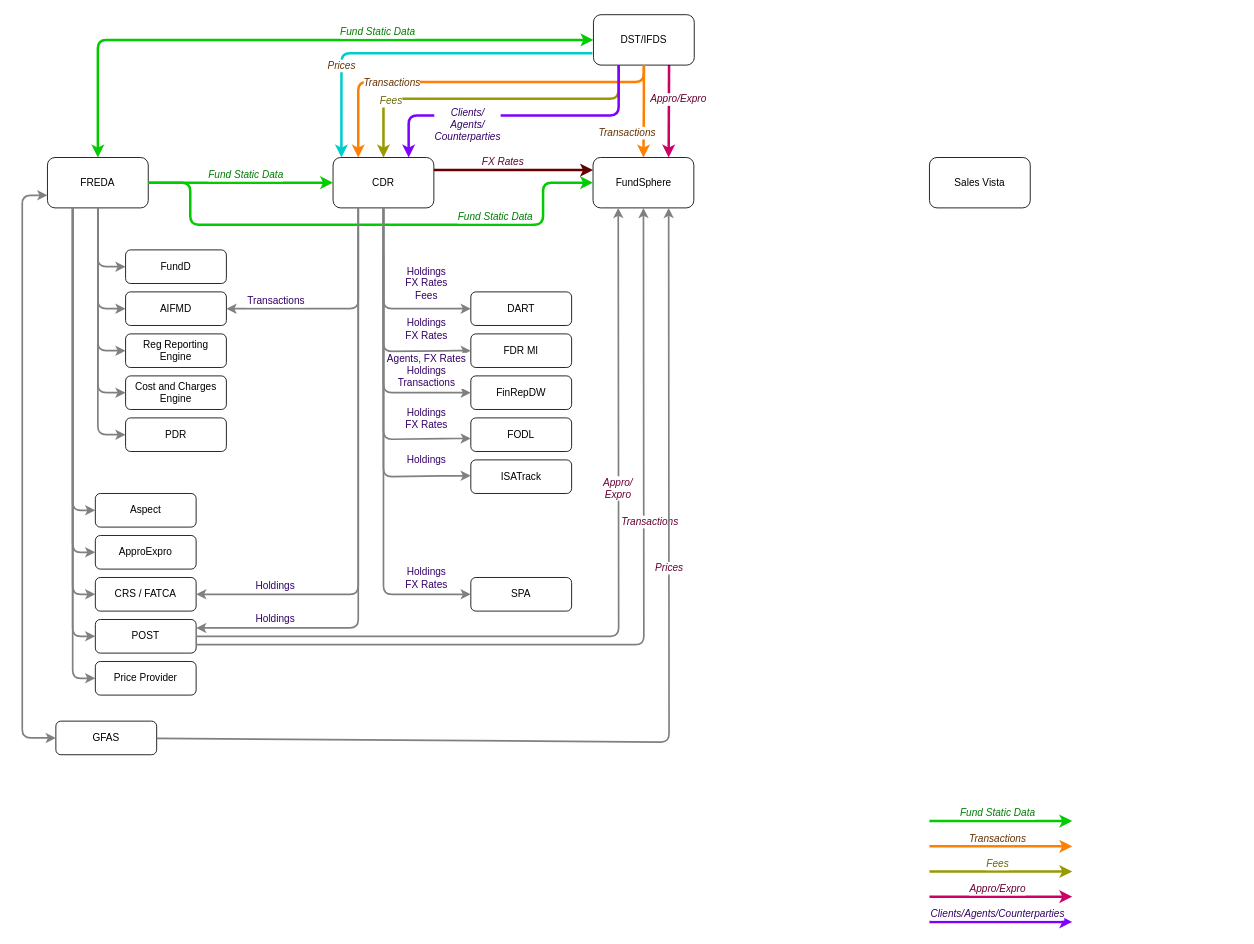
This is GOS TA data flows.drawio from rodinan/Price-Provider, a draw.io file, before an edit. Source tidied: cells renumbered, new cells numbered last; positions are measured from the earlier drawing's top-left corner, leaving out a move shared by most shapes. Both pictures are drawn from the tidied source at 84%, with x=0, y=0 at pixel (22, 14).
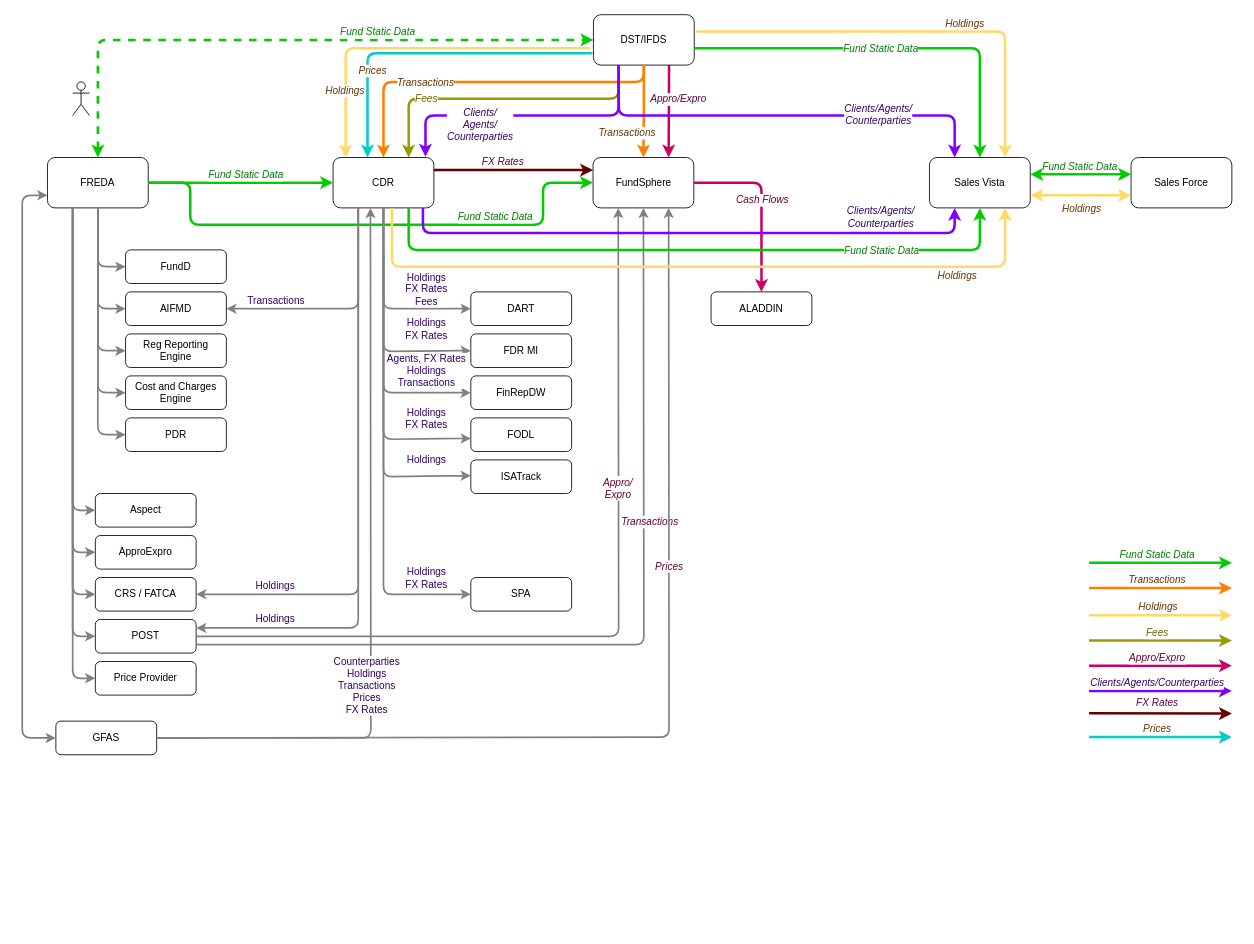
The same page after the edit.

Unchanged cells that the change refers to:
```xml
<mxCell id="4" value="DST/IFDS" style="rounded=1;whiteSpace=wrap;html=1;" parent="1" vertex="1">
  <mxGeometry x="680" width="120" height="60" as="geometry" />
</mxCell>
<mxCell id="5" value="FREDA" style="rounded=1;whiteSpace=wrap;html=1;" parent="1" vertex="1">
  <mxGeometry x="30" y="170" width="120" height="60" as="geometry" />
</mxCell>
<mxCell id="6" value="CDR" style="rounded=1;whiteSpace=wrap;html=1;" parent="1" vertex="1">
  <mxGeometry x="370" y="170" width="120" height="60" as="geometry" />
</mxCell>
<mxCell id="7" value="FundSphere" style="rounded=1;whiteSpace=wrap;html=1;" parent="1" vertex="1">
  <mxGeometry x="679.5" y="170" width="120" height="60" as="geometry" />
</mxCell>
<mxCell id="8" value="Sales Vista" style="rounded=1;whiteSpace=wrap;html=1;" parent="1" vertex="1">
  <mxGeometry x="1080" y="170" width="120" height="60" as="geometry" />
</mxCell>
<mxCell id="27" value="GFAS" style="rounded=1;whiteSpace=wrap;html=1;" parent="1" vertex="1">
  <mxGeometry x="40" y="841" width="120" height="40" as="geometry" />
</mxCell>
<mxCell id="66" style="endArrow=classic;html=1;strokeColor=#808080;strokeWidth=2;entryX=0;entryY=0.5;entryDx=0;entryDy=0;exitX=0.5;exitY=1;exitDx=0;exitDy=0;" parent="1" edge="1" source="6" target="65">
  <mxGeometry relative="1" as="geometry">
    <Array as="points">
      <mxPoint x="430" y="350" />
    </Array>
  </mxGeometry>
</mxCell>
```

What changed in the source:
```diff
@@
     <mxCell id="9" style="endArrow=classic;html=1;strokeColor=#00CC00;strokeWidth=3;" parent="1" edge="1">
       <mxGeometry relative="1" as="geometry">
-        <mxPoint x="1080" y="960" as="sourcePoint" />
-        <mxPoint x="1250" y="960" as="targetPoint" />
+        <mxPoint x="1270" y="652.5" as="sourcePoint" />
+        <mxPoint x="1440" y="652.5" as="targetPoint" />
       </mxGeometry>
     </mxCell>
@@
-    <mxCell id="11" style="endArrow=classic;html=1;strokeColor=#00CC00;strokeWidth=3;entryX=0;entryY=0.5;entryDx=0;entryDy=0;exitX=0.5;exitY=0;exitDx=0;exitDy=0;startArrow=classic;startFill=1;" parent="1" edge="1" source="5" target="4">
+    <mxCell id="11" style="endArrow=classic;html=1;strokeColor=#00CC00;strokeWidth=3;entryX=0;entryY=0.5;entryDx=0;entryDy=0;exitX=0.5;exitY=0;exitDx=0;exitDy=0;startArrow=classic;startFill=1;dashed=1;" parent="1" edge="1" source="5" target="4">
       <mxGeometry relative="1" as="geometry">
         <Array as="points">
           <mxPoint x="90" y="30" />
         </Array>
       </mxGeometry>
     </mxCell>
@@
     <mxCell id="13" style="endArrow=classic;html=1;strokeColor=#FF8000;strokeWidth=3;" parent="1" edge="1">
       <mxGeometry relative="1" as="geometry">
-        <mxPoint x="1080" y="990" as="sourcePoint" />
-        <mxPoint x="1250" y="990" as="targetPoint" />
+        <mxPoint x="1270" y="682.5" as="sourcePoint" />
+        <mxPoint x="1440" y="682.5" as="targetPoint" />
       </mxGeometry>
     </mxCell>
@@
     <mxCell id="15" style="endArrow=classic;html=1;strokeColor=#999900;strokeWidth=3;" parent="1" edge="1">
       <mxGeometry relative="1" as="geometry">
-        <mxPoint x="1080" y="1020" as="sourcePoint" />
-        <mxPoint x="1250" y="1020" as="targetPoint" />
+        <mxPoint x="1270" y="745" as="sourcePoint" />
+        <mxPoint x="1440" y="745" as="targetPoint" />
       </mxGeometry>
     </mxCell>
@@
     <mxCell id="17" style="endArrow=classic;html=1;strokeColor=#CC0066;strokeWidth=3;" parent="1" edge="1">
       <mxGeometry relative="1" as="geometry">
-        <mxPoint x="1080" y="1050" as="sourcePoint" />
-        <mxPoint x="1250" y="1050" as="targetPoint" />
+        <mxPoint x="1270" y="775" as="sourcePoint" />
+        <mxPoint x="1440" y="775" as="targetPoint" />
       </mxGeometry>
     </mxCell>
@@
     <mxCell id="19" style="endArrow=classic;html=1;strokeColor=#7F00FF;strokeWidth=3;" parent="1" edge="1">
       <mxGeometry relative="1" as="geometry">
-        <mxPoint x="1080" y="1080" as="sourcePoint" />
-        <mxPoint x="1250" y="1080" as="targetPoint" />
+        <mxPoint x="1270" y="805" as="sourcePoint" />
+        <mxPoint x="1440" y="805" as="targetPoint" />
       </mxGeometry>
     </mxCell>
@@
-    <mxCell id="43" style="endArrow=classic;html=1;strokeColor=#FF8000;strokeWidth=3;exitX=0.5;exitY=1;exitDx=0;exitDy=0;entryX=0.25;entryY=0;entryDx=0;entryDy=0;" parent="1" edge="1" source="4" target="6">
+    <mxCell id="43" style="endArrow=classic;html=1;strokeColor=#FF8000;strokeWidth=3;exitX=0.5;exitY=1;exitDx=0;exitDy=0;entryX=0.5;entryY=0;entryDx=0;entryDy=0;" parent="1" edge="1" source="4" target="6">
       <mxGeometry relative="1" as="geometry">
         <Array as="points">
           <mxPoint x="740" y="80" />
           <mxPoint x="560" y="80" />
-          <mxPoint x="400" y="80" />
+          <mxPoint x="430" y="80" />
         </Array>
       </mxGeometry>
     </mxCell>
     <mxCell id="44" value="Transactions" style="text;html=1;align=center;verticalAlign=middle;labelBackgroundColor=#ffffff;fontColor=#663300;fontStyle=2;" parent="43" vertex="1">
       <mxGeometry x="0.4" y="6" relative="1" as="geometry">
-        <mxPoint x="-6" y="-6" as="offset" />
+        <mxPoint x="13" y="-6" as="offset" />
       </mxGeometry>
     </mxCell>
-    <mxCell id="45" style="endArrow=classic;html=1;strokeColor=#999900;strokeWidth=3;exitX=0.25;exitY=1;exitDx=0;exitDy=0;entryX=0.5;entryY=0;entryDx=0;entryDy=0;" parent="1" edge="1" source="4" target="6">
+    <mxCell id="45" style="endArrow=classic;html=1;strokeColor=#999900;strokeWidth=3;exitX=0.25;exitY=1;exitDx=0;exitDy=0;entryX=0.75;entryY=0;entryDx=0;entryDy=0;" parent="1" edge="1" source="4" target="6">
       <mxGeometry relative="1" as="geometry">
         <Array as="points">
           <mxPoint x="710" y="100" />
-          <mxPoint x="430" y="100" />
+          <mxPoint x="460" y="100" />
         </Array>
       </mxGeometry>
     </mxCell>
     <mxCell id="46" value="Fees" style="text;html=1;align=center;verticalAlign=middle;labelBackgroundColor=#ffffff;fontColor=#666600;fontStyle=2;" parent="45" vertex="1">
       <mxGeometry x="0.4" y="6" relative="1" as="geometry">
-        <mxPoint x="-39" y="-4" as="offset" />
+        <mxPoint x="-18" y="-6" as="offset" />
       </mxGeometry>
     </mxCell>
-    <mxCell id="47" style="endArrow=classic;html=1;strokeColor=#7F00FF;strokeWidth=3;exitX=0.25;exitY=1;exitDx=0;exitDy=0;entryX=0.75;entryY=0;entryDx=0;entryDy=0;" parent="1" edge="1" source="4" target="6">
+    <mxCell id="47" style="endArrow=classic;html=1;strokeColor=#7F00FF;strokeWidth=3;exitX=0.25;exitY=1;exitDx=0;exitDy=0;entryX=0.917;entryY=-0.017;entryDx=0;entryDy=0;entryPerimeter=0;" parent="1" edge="1" source="4" target="6">
       <mxGeometry relative="1" as="geometry">
         <Array as="points">
           <mxPoint x="710" y="120" />
-          <mxPoint x="460" y="120" />
+          <mxPoint x="480" y="120" />
         </Array>
       </mxGeometry>
     </mxCell>
@@
-    <mxCell id="57" style="endArrow=classic;html=1;strokeColor=#00CCCC;strokeWidth=3;entryX=0.083;entryY=0;entryDx=0;entryDy=0;entryPerimeter=0;" parent="1" edge="1" target="6">
+    <mxCell id="57" style="endArrow=classic;html=1;strokeColor=#00CCCC;strokeWidth=3;entryX=0.342;entryY=0;entryDx=0;entryDy=0;entryPerimeter=0;" parent="1" edge="1" target="6">
       <mxGeometry relative="1" as="geometry">
         <mxPoint x="670" y="46" as="sourcePoint" />
         <Array as="points">
           <mxPoint x="680" y="46" />
           <mxPoint x="670" y="46" />
           <mxPoint x="490" y="46" />
-          <mxPoint x="380" y="46" />
+          <mxPoint x="411" y="46" />
         </Array>
       </mxGeometry>
     </mxCell>
     <mxCell id="58" value="Prices" style="text;html=1;align=center;verticalAlign=middle;labelBackgroundColor=#ffffff;fontColor=#663300;fontStyle=2;" parent="57" vertex="1">
       <mxGeometry x="0.4" y="6" relative="1" as="geometry">
-        <mxPoint x="-7" y="8" as="offset" />
+        <mxPoint x="-1" y="18" as="offset" />
       </mxGeometry>
     </mxCell>
     <mxCell id="59" style="endArrow=classic;html=1;strokeColor=#808080;strokeWidth=2;entryX=0.75;entryY=1;entryDx=0;entryDy=0;" parent="1" edge="1" source="27" target="7">
       <mxGeometry relative="1" as="geometry">
         <Array as="points">
-          <mxPoint x="770" y="866" />
+          <mxPoint x="770" y="860" />
         </Array>
       </mxGeometry>
     </mxCell>
@@
     <mxCell id="67" value="Holdings&lt;br&gt;FX Rates&lt;br&gt;Fees" style="text;html=1;align=center;verticalAlign=middle;labelBackgroundColor=#ffffff;fontColor=#330066;" parent="66" vertex="1">
       <mxGeometry x="0.02" y="1" relative="1" as="geometry">
-        <mxPoint x="49" y="-25" as="offset" />
+        <mxPoint x="49" y="-18" as="offset" />
       </mxGeometry>
     </mxCell>
@@
+    <mxCell id="89" value="ALADDIN" style="rounded=1;whiteSpace=wrap;html=1;" parent="1" vertex="1">
+      <mxGeometry x="820" y="330" width="120" height="40" as="geometry" />
+    </mxCell>
+    <mxCell id="90" value="Sales Force" style="rounded=1;whiteSpace=wrap;html=1;" parent="1" vertex="1">
+      <mxGeometry x="1320" y="170" width="120" height="60" as="geometry" />
+    </mxCell>
+    <mxCell id="91" style="endArrow=classic;html=1;strokeColor=#7F00FF;strokeWidth=3;exitX=0.25;exitY=1;exitDx=0;exitDy=0;entryX=0.25;entryY=0;entryDx=0;entryDy=0;" parent="1" edge="1" source="4" target="8">
+      <mxGeometry relative="1" as="geometry">
+        <Array as="points">
+          <mxPoint x="710" y="120" />
+          <mxPoint x="1110" y="120" />
+        </Array>
+      </mxGeometry>
+    </mxCell>
+    <mxCell id="92" value="Clients/Agents/&lt;br&gt;Counterparties" style="text;html=1;align=center;verticalAlign=middle;labelBackgroundColor=#ffffff;fontColor=#330066;fontStyle=2;" parent="91" vertex="1">
+      <mxGeometry x="0.4" y="6" relative="1" as="geometry">
+        <mxPoint x="11" y="4" as="offset" />
+      </mxGeometry>
+    </mxCell>
+    <mxCell id="93" style="endArrow=classic;html=1;strokeColor=#00CC00;strokeWidth=3;entryX=0.5;entryY=0;entryDx=0;entryDy=0;" parent="1" edge="1" target="8">
+      <mxGeometry relative="1" as="geometry">
+        <mxPoint x="800" y="40" as="sourcePoint" />
+        <Array as="points">
+          <mxPoint x="1140" y="40" />
+        </Array>
+      </mxGeometry>
+    </mxCell>
+    <mxCell id="94" value="Fund Static Data" style="text;html=1;align=center;verticalAlign=middle;labelBackgroundColor=#ffffff;fontColor=#007D00;fontStyle=2;" parent="93" vertex="1">
+      <mxGeometry x="0.4" y="6" relative="1" as="geometry">
+        <mxPoint x="-108" y="6" as="offset" />
+      </mxGeometry>
+    </mxCell>
+    <mxCell id="95" style="endArrow=classic;html=1;strokeColor=#808080;strokeWidth=2;entryX=0.75;entryY=1;entryDx=0;entryDy=0;exitX=1;exitY=0.5;exitDx=0;exitDy=0;" parent="1" edge="1" source="27">
+      <mxGeometry relative="1" as="geometry">
+        <mxPoint x="414.5" y="230" as="targetPoint" />
+        <Array as="points">
+          <mxPoint x="415" y="861" />
+        </Array>
+      </mxGeometry>
+    </mxCell>
+    <mxCell id="96" value="Counterparties&lt;br&gt;Holdings&lt;br&gt;Transactions&lt;br&gt;Prices&lt;br&gt;FX Rates" style="text;html=1;align=center;verticalAlign=middle;labelBackgroundColor=#ffffff;fontColor=#330066;" parent="95" vertex="1">
+      <mxGeometry x="-0.42" y="83" relative="1" as="geometry">
+        <mxPoint x="78" y="-61" as="offset" />
+      </mxGeometry>
+    </mxCell>
+    <mxCell id="97" style="endArrow=classic;html=1;strokeColor=#FFD966;strokeWidth=3;entryX=0.125;entryY=0;entryDx=0;entryDy=0;entryPerimeter=0;" parent="1" edge="1" target="6">
+      <mxGeometry relative="1" as="geometry">
+        <mxPoint x="614.5" y="40" as="sourcePoint" />
+        <Array as="points">
+          <mxPoint x="680" y="40" />
+          <mxPoint x="614.5" y="40" />
+          <mxPoint x="434.5" y="40" />
+          <mxPoint x="385" y="40" />
+        </Array>
+      </mxGeometry>
+    </mxCell>
+    <mxCell id="98" value="Holdings" style="text;html=1;align=center;verticalAlign=middle;labelBackgroundColor=#ffffff;fontColor=#663300;fontStyle=2;" parent="97" vertex="1">
+      <mxGeometry x="0.4" y="6" relative="1" as="geometry">
+        <mxPoint x="-19.5" y="44" as="offset" />
+      </mxGeometry>
+    </mxCell>
+    <mxCell id="99" style="endArrow=classic;html=1;strokeColor=#CC0066;strokeWidth=3;exitX=1;exitY=0.5;exitDx=0;exitDy=0;entryX=0.5;entryY=0;entryDx=0;entryDy=0;" parent="1" edge="1" source="7" target="89">
+      <mxGeometry relative="1" as="geometry">
+        <Array as="points">
+          <mxPoint x="880" y="200" />
+        </Array>
+      </mxGeometry>
+    </mxCell>
+    <mxCell id="100" value="Cash Flows" style="text;html=1;align=center;verticalAlign=middle;labelBackgroundColor=#ffffff;fontColor=#660033;fontStyle=2;" parent="99" vertex="1">
+      <mxGeometry x="0.4" y="6" relative="1" as="geometry">
+        <mxPoint x="-6" y="-46.5" as="offset" />
+      </mxGeometry>
+    </mxCell>
+    <mxCell id="101" style="endArrow=classic;html=1;strokeColor=#FFD966;strokeWidth=3;entryX=0.125;entryY=0;entryDx=0;entryDy=0;entryPerimeter=0;" parent="1" edge="1">
+      <mxGeometry relative="1" as="geometry">
+        <mxPoint x="810" y="20" as="sourcePoint" />
+        <mxPoint x="1170" y="170" as="targetPoint" />
+        <Array as="points">
+          <mxPoint x="800" y="20" />
+          <mxPoint x="1170" y="20" />
+        </Array>
+      </mxGeometry>
+    </mxCell>
+    <mxCell id="102" value="Holdings" style="text;html=1;align=center;verticalAlign=middle;labelBackgroundColor=#ffffff;fontColor=#663300;fontStyle=2;" parent="101" vertex="1">
+      <mxGeometry x="0.4" y="6" relative="1" as="geometry">
+        <mxPoint x="-40" y="-4" as="offset" />
+      </mxGeometry>
+    </mxCell>
+    <mxCell id="103" style="endArrow=classic;html=1;strokeColor=#00CC00;strokeWidth=3;entryX=0.5;entryY=1;entryDx=0;entryDy=0;exitX=0.75;exitY=1;exitDx=0;exitDy=0;" parent="1" edge="1" source="6" target="8">
+      <mxGeometry relative="1" as="geometry">
+        <Array as="points">
+          <mxPoint x="460" y="280" />
+          <mxPoint x="1140" y="280" />
+        </Array>
+      </mxGeometry>
+    </mxCell>
+    <mxCell id="104" value="Fund Static Data" style="text;html=1;align=center;verticalAlign=middle;labelBackgroundColor=#ffffff;fontColor=#007D00;fontStyle=2;" parent="103" vertex="1">
+      <mxGeometry x="0.4" y="6" relative="1" as="geometry">
+        <mxPoint x="66" y="6" as="offset" />
+      </mxGeometry>
+    </mxCell>
+    <mxCell id="105" style="endArrow=classic;html=1;strokeColor=#7F00FF;strokeWidth=3;entryX=0.25;entryY=1;entryDx=0;entryDy=0;" parent="1" edge="1" target="8">
+      <mxGeometry relative="1" as="geometry">
+        <mxPoint x="477" y="230" as="sourcePoint" />
+        <Array as="points">
+          <mxPoint x="477" y="260" />
+          <mxPoint x="1110" y="260" />
+        </Array>
+      </mxGeometry>
+    </mxCell>
+    <mxCell id="106" value="Clients/Agents/&lt;br&gt;Counterparties" style="text;html=1;align=center;verticalAlign=middle;labelBackgroundColor=#ffffff;fontColor=#330066;fontStyle=2;" parent="105" vertex="1">
+      <mxGeometry x="0.4" y="6" relative="1" as="geometry">
+        <mxPoint x="89" y="-14" as="offset" />
+      </mxGeometry>
+    </mxCell>
+    <mxCell id="107" style="endArrow=classic;html=1;strokeColor=#FFD966;strokeWidth=3;entryX=0.75;entryY=1;entryDx=0;entryDy=0;" parent="1" edge="1" target="8">
+      <mxGeometry relative="1" as="geometry">
+        <mxPoint x="440" y="230" as="sourcePoint" />
+        <Array as="points">
+          <mxPoint x="440" y="230" />
+          <mxPoint x="440" y="300" />
+          <mxPoint x="1170" y="300" />
+        </Array>
+      </mxGeometry>
+    </mxCell>
+    <mxCell id="108" value="Holdings" style="text;html=1;align=center;verticalAlign=middle;labelBackgroundColor=#ffffff;fontColor=#663300;fontStyle=2;" parent="107" vertex="1">
+      <mxGeometry x="0.4" y="6" relative="1" as="geometry">
+        <mxPoint x="133" y="16" as="offset" />
+      </mxGeometry>
+    </mxCell>
+    <mxCell id="109" style="endArrow=classic;html=1;strokeColor=#00CC00;strokeWidth=3;startArrow=classic;startFill=1;" parent="1" edge="1">
+      <mxGeometry relative="1" as="geometry">
+        <mxPoint x="1200" y="190" as="sourcePoint" />
+        <mxPoint x="1320" y="190" as="targetPoint" />
+      </mxGeometry>
+    </mxCell>
+    <mxCell id="110" value="Fund Static Data" style="text;html=1;align=center;verticalAlign=middle;labelBackgroundColor=#ffffff;fontColor=#007D00;fontStyle=2;" parent="109" vertex="1">
+      <mxGeometry x="0.4" y="6" relative="1" as="geometry">
+        <mxPoint x="-26" y="-4" as="offset" />
+      </mxGeometry>
+    </mxCell>
+    <mxCell id="111" style="endArrow=classic;html=1;strokeColor=#FFD966;strokeWidth=3;entryX=1;entryY=0.75;entryDx=0;entryDy=0;startArrow=classic;startFill=1;exitX=0;exitY=0.75;exitDx=0;exitDy=0;" parent="1" edge="1" source="90" target="8">
+      <mxGeometry relative="1" as="geometry">
+        <Array as="points">
+          <mxPoint x="1220" y="215" />
+        </Array>
+      </mxGeometry>
+    </mxCell>
+    <mxCell id="112" value="Holdings" style="text;html=1;align=center;verticalAlign=middle;labelBackgroundColor=#ffffff;fontColor=#663300;fontStyle=2;" parent="111" vertex="1">
+      <mxGeometry x="0.4" y="6" relative="1" as="geometry">
+        <mxPoint x="24" y="9" as="offset" />
+      </mxGeometry>
+    </mxCell>
+    <mxCell id="113" style="endArrow=none;html=1;strokeColor=#FFD966;strokeWidth=3;entryX=1;entryY=0.75;entryDx=0;entryDy=0;startArrow=classic;startFill=1;endFill=0;" parent="1" edge="1">
+      <mxGeometry relative="1" as="geometry">
+        <mxPoint x="1440" y="715" as="sourcePoint" />
+        <mxPoint x="1270" y="715" as="targetPoint" />
+        <Array as="points">
+          <mxPoint x="1290" y="715" />
+        </Array>
+      </mxGeometry>
+    </mxCell>
+    <mxCell id="114" value="Holdings" style="text;html=1;align=center;verticalAlign=middle;labelBackgroundColor=#ffffff;fontColor=#663300;fontStyle=2;" parent="113" vertex="1">
+      <mxGeometry x="0.4" y="6" relative="1" as="geometry">
+        <mxPoint x="30" y="-17" as="offset" />
+      </mxGeometry>
+    </mxCell>
+    <mxCell id="115" style="endArrow=classic;html=1;strokeColor=#660000;strokeWidth=3;exitX=1;exitY=0.25;exitDx=0;exitDy=0;" parent="1" edge="1">
+      <mxGeometry relative="1" as="geometry">
+        <mxPoint x="1270" y="831.5" as="sourcePoint" />
+        <mxPoint x="1440" y="832" as="targetPoint" />
+      </mxGeometry>
+    </mxCell>
+    <mxCell id="116" value="FX Rates" style="text;html=1;align=center;verticalAlign=middle;labelBackgroundColor=#ffffff;fontColor=#660033;fontStyle=2;" parent="115" vertex="1">
+      <mxGeometry x="0.4" y="6" relative="1" as="geometry">
+        <mxPoint x="-39" y="-6" as="offset" />
+      </mxGeometry>
+    </mxCell>
+    <mxCell id="117" style="endArrow=classic;html=1;strokeColor=#00CCCC;strokeWidth=3;" parent="1" edge="1">
+      <mxGeometry relative="1" as="geometry">
+        <mxPoint x="1270" y="860" as="sourcePoint" />
+        <mxPoint x="1440" y="860" as="targetPoint" />
+        <Array as="points">
+          <mxPoint x="1270" y="860" />
+        </Array>
+      </mxGeometry>
+    </mxCell>
+    <mxCell id="118" value="Prices" style="text;html=1;align=center;verticalAlign=middle;labelBackgroundColor=#ffffff;fontColor=#663300;fontStyle=2;" parent="117" vertex="1">
+      <mxGeometry x="0.4" y="6" relative="1" as="geometry">
+        <mxPoint x="-39" y="-5" as="offset" />
+      </mxGeometry>
+    </mxCell>
+    <mxCell id="119" style="shape=umlActor;verticalLabelPosition=bottom;labelBackgroundColor=#ffffff;verticalAlign=top;html=1;fontColor=#330066;" parent="1" vertex="1">
+      <mxGeometry x="60" y="80" width="20" height="40" as="geometry" />
+    </mxCell>
```
